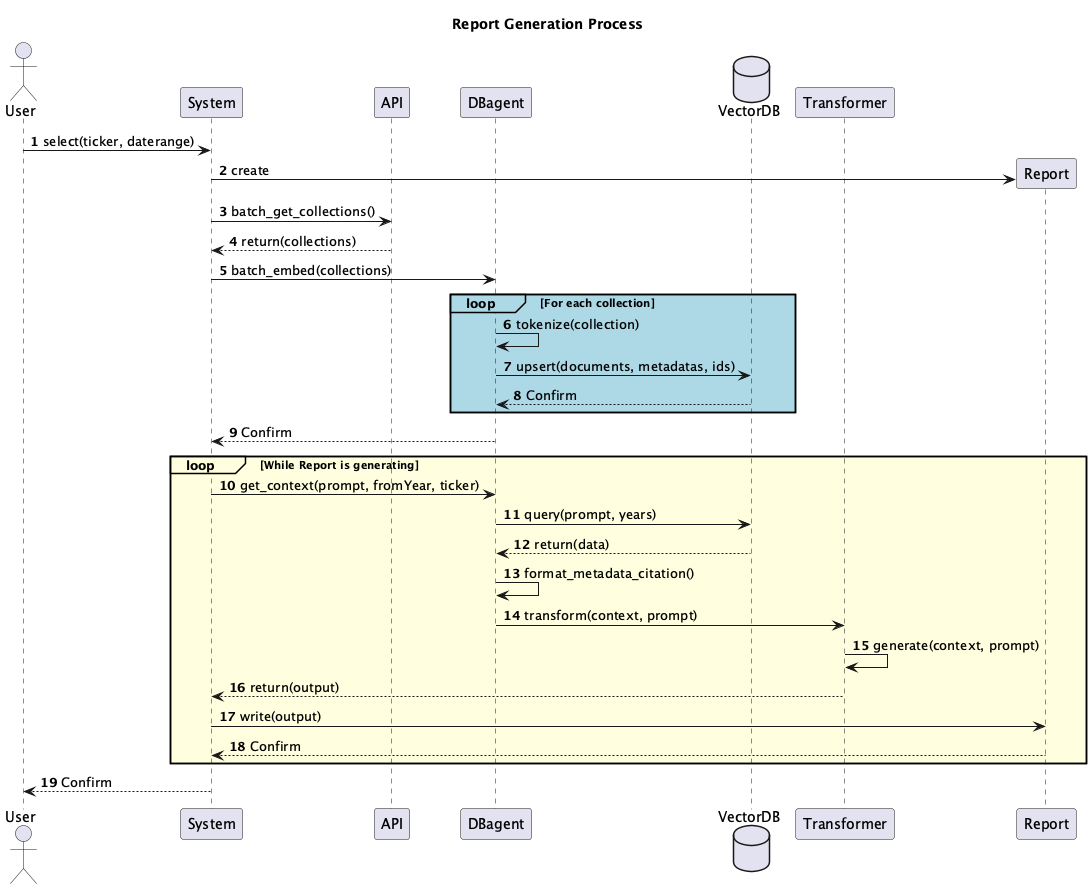
Above: img/uml-sequence-generate-report.png in anthony-boileau/Team-28-Polyfinance-datathon-2024 (PlantUML), before the change.
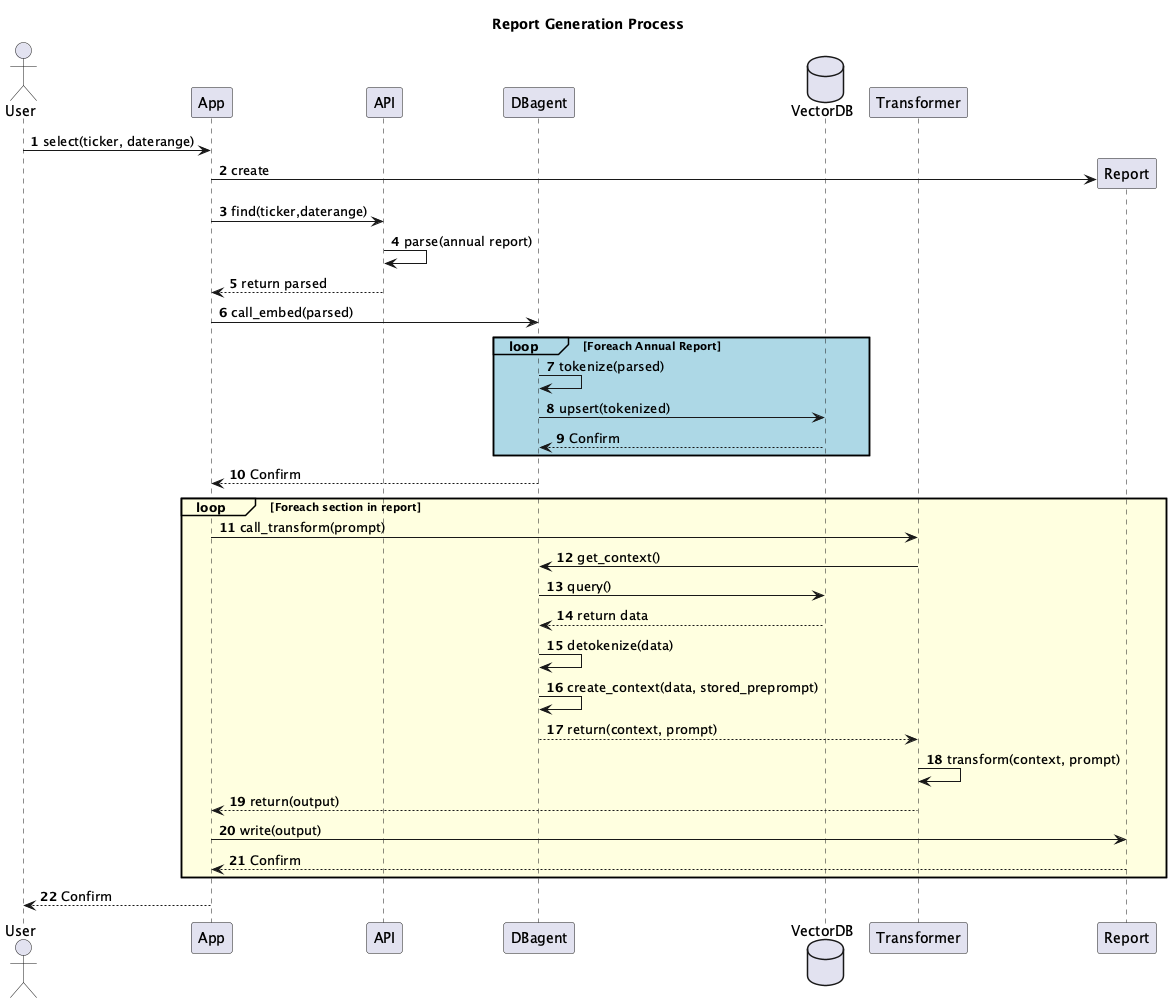
After the change.

What changed in the source:
```diff
@@ -1,6 +1,6 @@
 @startuml
 actor User
-participant System
+participant App
 participant API
 participant "DBagent"
 database "VectorDB" as DB
@@ -10,30 +10,34 @@
 autonumber
 title Report Generation Process
 
-User -> System: select(ticker, daterange)
-System -> Report **: create
-System -> API: batch_get_collections()
-API --> System: return(collections)
-System -> DBagent: batch_embed(collections)
-loop#lightblue #lightblue For each collection
-    DBagent -> DBagent: tokenize(collection)
-    DBagent -> DB: upsert(documents, metadatas, ids)
+User -> App: select(ticker, daterange)
+App -> Report **: create
+App -> API: find(ticker,daterange)
+API -> API: parse(annual report)
+API --> App: return parsed
+App -> DBagent: call_embed(parsed)
+
+loop#lightblue #lightblue Foreach Annual Report
+    DBagent -> DBagent: tokenize(parsed)
+    DBagent -> DB: upsert(tokenized)
     DB --> DBagent: Confirm
 end
 
-DBagent --> System: Confirm
-loop#lightyellow #lightyellow While Report is generating
-    System -> DBagent: get_context(prompt, fromYear, ticker)
-    DBagent -> DB: query(prompt, years)
-    DB --> DBagent: return(data)
-    DBagent -> DBagent: format_metadata_citation()
-    DBagent -> Transformer: transform(context, prompt)
-    Transformer -> Transformer: generate(context, prompt)
-    Transformer --> System: return(output)
-    System -> Report: write(output)
-    Report --> System: Confirm
+DBagent --> App: Confirm
+loop#lightyellow #lightyellow Foreach section in report
+    App -> Transformer: call_transform(prompt)
+    Transformer -> DBagent: get_context()
+    DBagent -> DB: query()
+    DB --> DBagent: return data
+    DBagent -> DBagent: detokenize(data)
+    DBagent -> DBagent: create_context(data, stored_preprompt)
+    DBagent --> Transformer: return(context, prompt)
+    Transformer -> Transformer: transform(context, prompt)
+    Transformer --> App: return(output)
+    App -> Report: write(output)
+    Report --> App: Confirm
 end
 
-System --> User: Confirm
+App --> User: Confirm
 
 @enduml
```
